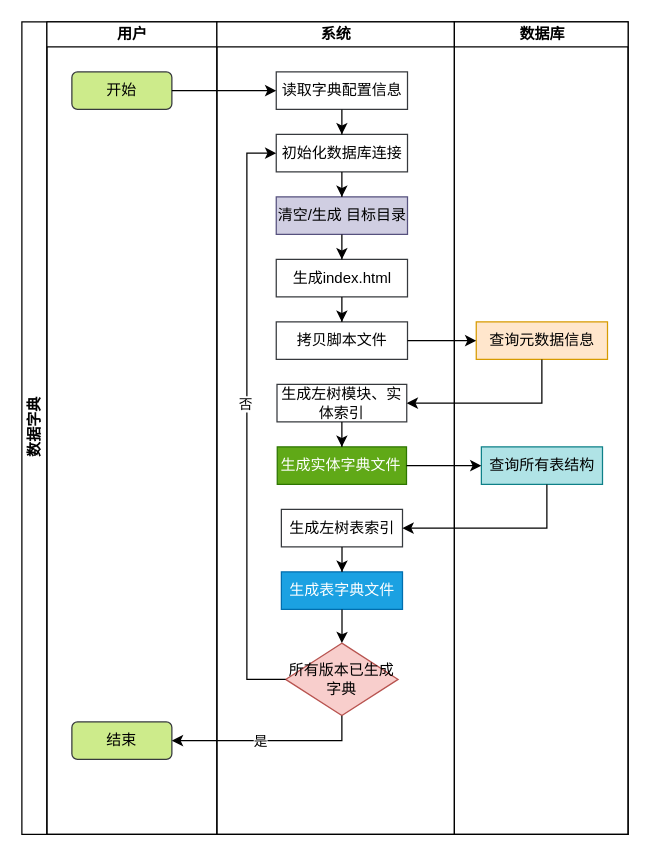
This is page "流程图" (1 of 2) of doc/DataDictCreator.drawio from rocex/datadict-creator, a draw.io file, before an edit. Source tidied: cells renumbered, new cells numbered last; positions are measured from the earlier drawing's top-left corner, leaving out a move shared by most shapes. Both pictures are drawn from the tidied source at 125%, with x=0, y=0 at pixel (21, 21).
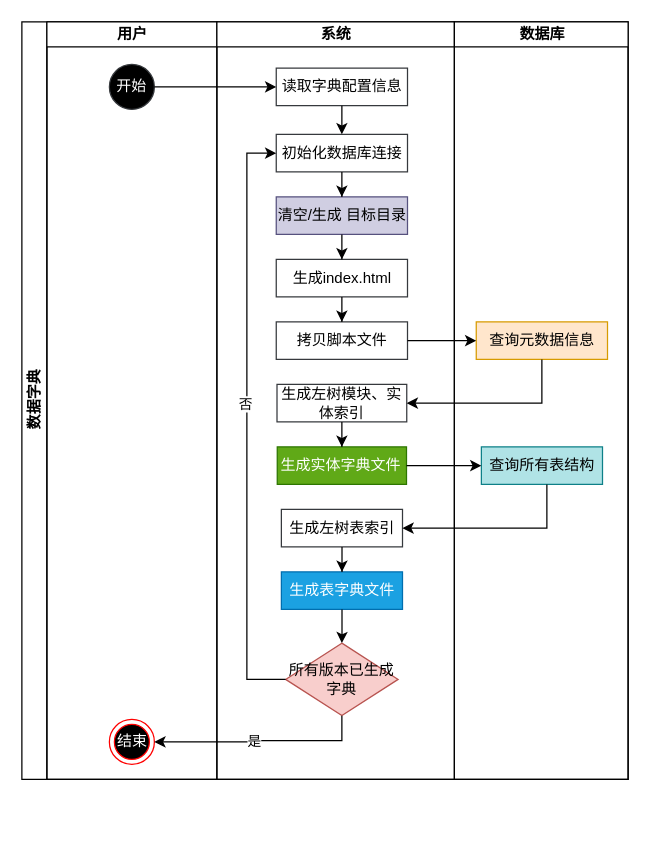
After the change.

The change refers to these unchanged cells:
```xml
<mxCell id="22" value="所有版本已生成字典" style="rhombus;whiteSpace=wrap;html=1;rounded=0;strokeColor=#b85450;fillColor=#f8cecc;glass=0;" parent="6" vertex="1">
  <mxGeometry x="55" y="497" width="90" height="58" as="geometry" />
</mxCell>
```

What changed in the source:
```diff
@@
     <mxCell id="2" value="数据字典" style="swimlane;html=1;startSize=20;horizontal=0;swimlaneFillColor=none;swimlaneLine=1;glass=0;" parent="1" vertex="1">
-      <mxGeometry width="485" height="650" as="geometry" />
+      <mxGeometry width="485" height="606" as="geometry" />
     </mxCell>
     <mxCell id="3" value="用户" style="swimlane;html=1;startSize=20;" parent="2" vertex="1">
-      <mxGeometry x="20" width="136" height="650" as="geometry" />
+      <mxGeometry x="20" width="136" height="606" as="geometry" />
     </mxCell>
-    <mxCell id="4" value="开始" style="rounded=1;whiteSpace=wrap;html=1;glass=0;fillColor=#cdeb8b;strokeColor=#36393d;fontColor=#000000;" parent="3" vertex="1">
-      <mxGeometry x="20" y="40" width="80" height="30" as="geometry" />
+    <mxCell id="4" value="开始" style="ellipse;whiteSpace=wrap;html=1;strokeColor=#36393d;fillColor=#000000;fontColor=#FFFFFF;" parent="3" vertex="1">
+      <mxGeometry x="50" y="34" width="36" height="36" as="geometry" />
     </mxCell>
-    <mxCell id="5" value="结束" style="rounded=1;whiteSpace=wrap;html=1;glass=0;fillColor=#cdeb8b;strokeColor=#36393d;fontColor=#000000;" parent="3" vertex="1">
-      <mxGeometry x="20" y="560" width="80" height="30" as="geometry" />
+    <mxCell id="5" value="&lt;font color=&quot;#ffffff&quot;&gt;结束&lt;/font&gt;" style="ellipse;html=1;shape=endState;fillColor=#000000;strokeColor=#ff0000;" parent="3" vertex="1">
+      <mxGeometry x="50" y="558" width="36" height="36" as="geometry" />
     </mxCell>
     <mxCell id="6" value="系统" style="swimlane;html=1;startSize=20;" parent="2" vertex="1">
-      <mxGeometry x="156" width="190" height="650" as="geometry" />
+      <mxGeometry x="156" width="190" height="606" as="geometry" />
     </mxCell>
     <mxCell id="7" value="读取字典配置信息" style="rounded=0;whiteSpace=wrap;html=1;glass=0;fillColor=none;strokeColor=#36393d;fontColor=#000000;" parent="6" vertex="1">
-      <mxGeometry x="47.5" y="40" width="105" height="30" as="geometry" />
+      <mxGeometry x="47.5" y="37" width="105" height="30" as="geometry" />
     </mxCell>
@@
     <mxCell id="26" value="数据库" style="swimlane;html=1;startSize=20;" parent="2" vertex="1">
-      <mxGeometry x="346" width="139" height="650" as="geometry" />
+      <mxGeometry x="346" width="139" height="606" as="geometry" />
     </mxCell>
@@
-    <mxCell id="29" style="edgeStyle=orthogonalEdgeStyle;rounded=0;jettySize=auto;html=1;" parent="2" edge="1" source="4" target="7">
+    <mxCell id="29" style="edgeStyle=orthogonalEdgeStyle;rounded=0;jettySize=auto;html=1;exitX=1;exitY=0.5;exitDx=0;exitDy=0;" parent="2" edge="1" source="4" target="7">
       <mxGeometry relative="1" as="geometry" />
     </mxCell>
@@
     <mxCell id="34" style="edgeStyle=orthogonalEdgeStyle;rounded=0;jettySize=auto;html=1;exitX=0.5;exitY=1;exitDx=0;exitDy=0;entryX=1;entryY=0.5;entryDx=0;entryDy=0;" parent="2" edge="1" source="22" target="5">
       <mxGeometry relative="1" as="geometry">
         <Array as="points">
           <mxPoint x="256" y="575" />
+          <mxPoint x="188" y="575" />
+          <mxPoint x="106" y="576" />
         </Array>
       </mxGeometry>
     </mxCell>
```
